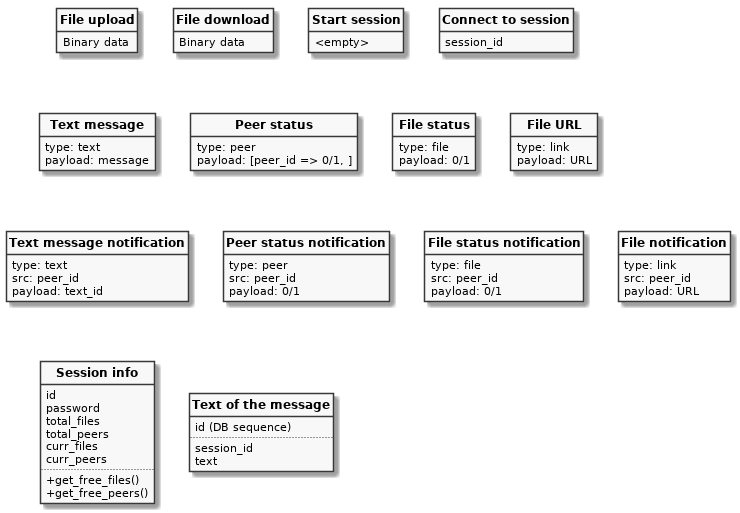
Above: arch/data_entities.png in zhmylove/vonf (PlantUML), before the change.
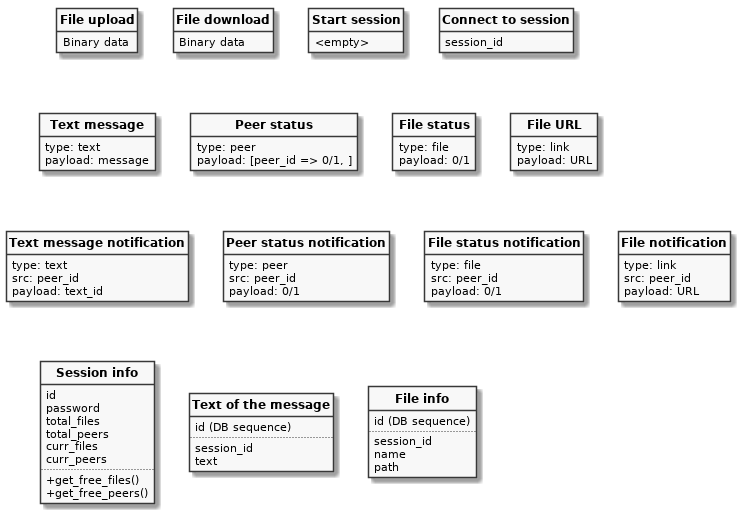
Above is the later version.

Change to the diagram source:
```diff
@@ -70,4 +70,11 @@
  session_id
  text
 }
+class "File info" {
+ id (DB sequence)
+ ..
+ session_id
+ name
+ path
+}
 @enduml
```
